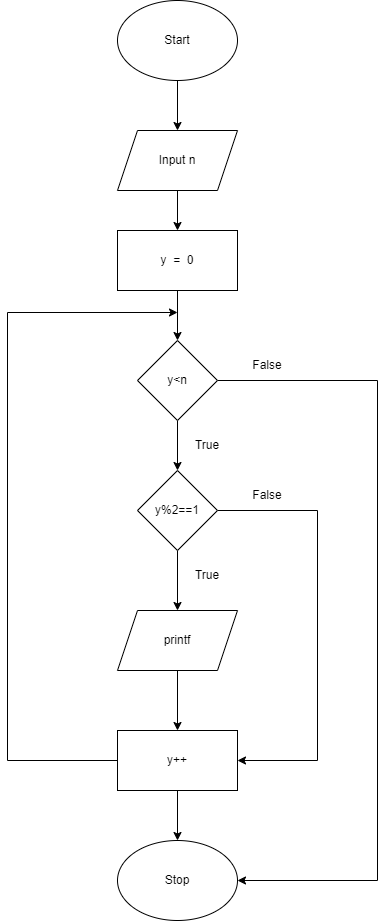
Above: Assignment2/flowchart/bai1.png in NXTuan97/T2204-LBEP (draw.io), before the change. Source tidied: cells renumbered, new cells last; positions are measured from the earlier drawing's top-left corner, leaving out a move shared by most shapes. Its diagram source:
```xml
<mxGraphModel>
  <root>
    <mxCell id="0" />
    <mxCell id="1" parent="0" />
    <mxCell id="2" style="edgeStyle=orthogonalEdgeStyle;rounded=0;jettySize=auto;html=1;" parent="1" edge="1" source="3">
      <mxGeometry relative="1" as="geometry">
        <mxPoint x="170" y="130" as="targetPoint" />
      </mxGeometry>
    </mxCell>
    <mxCell id="3" value="Start" style="ellipse;whiteSpace=wrap;html=1;" parent="1" vertex="1">
      <mxGeometry x="110" width="120" height="80" as="geometry" />
    </mxCell>
    <mxCell id="4" style="edgeStyle=orthogonalEdgeStyle;rounded=0;jettySize=auto;html=1;" parent="1" edge="1" source="5">
      <mxGeometry relative="1" as="geometry">
        <mxPoint x="170" y="230" as="targetPoint" />
      </mxGeometry>
    </mxCell>
    <mxCell id="5" value="Input n" style="shape=parallelogram;perimeter=parallelogramPerimeter;whiteSpace=wrap;html=1;fixedSize=1;" parent="1" vertex="1">
      <mxGeometry x="110" y="130" width="120" height="60" as="geometry" />
    </mxCell>
    <mxCell id="6" style="edgeStyle=orthogonalEdgeStyle;rounded=0;jettySize=auto;html=1;entryX=0.5;entryY=0;entryDx=0;entryDy=0;" parent="1" edge="1" source="7" target="10">
      <mxGeometry relative="1" as="geometry" />
    </mxCell>
    <mxCell id="7" value="y&amp;nbsp; =&amp;nbsp; 0" style="rounded=0;whiteSpace=wrap;html=1;" parent="1" vertex="1">
      <mxGeometry x="110" y="230" width="120" height="60" as="geometry" />
    </mxCell>
    <mxCell id="8" style="edgeStyle=orthogonalEdgeStyle;rounded=0;jettySize=auto;html=1;" parent="1" edge="1" source="10">
      <mxGeometry relative="1" as="geometry">
        <mxPoint x="170" y="470" as="targetPoint" />
      </mxGeometry>
    </mxCell>
    <mxCell id="9" style="edgeStyle=orthogonalEdgeStyle;rounded=0;jettySize=auto;html=1;entryX=1;entryY=0.5;entryDx=0;entryDy=0;" parent="1" edge="1" source="10" target="19">
      <mxGeometry relative="1" as="geometry">
        <Array as="points">
          <mxPoint x="370" y="380" />
          <mxPoint x="370" y="880" />
        </Array>
      </mxGeometry>
    </mxCell>
    <mxCell id="10" value="y&amp;lt;n" style="rhombus;whiteSpace=wrap;html=1;" parent="1" vertex="1">
      <mxGeometry x="130" y="340" width="80" height="80" as="geometry" />
    </mxCell>
    <mxCell id="11" style="edgeStyle=orthogonalEdgeStyle;rounded=0;jettySize=auto;html=1;entryX=1;entryY=0.5;entryDx=0;entryDy=0;" parent="1" edge="1" source="13" target="18">
      <mxGeometry relative="1" as="geometry">
        <Array as="points">
          <mxPoint x="310" y="510" />
          <mxPoint x="310" y="760" />
        </Array>
      </mxGeometry>
    </mxCell>
    <mxCell id="12" style="edgeStyle=orthogonalEdgeStyle;rounded=0;jettySize=auto;html=1;" parent="1" edge="1" source="13">
      <mxGeometry relative="1" as="geometry">
        <mxPoint x="170" y="610" as="targetPoint" />
      </mxGeometry>
    </mxCell>
    <mxCell id="13" value="y%2==1" style="rhombus;whiteSpace=wrap;html=1;" parent="1" vertex="1">
      <mxGeometry x="130" y="470" width="80" height="80" as="geometry" />
    </mxCell>
    <mxCell id="14" style="edgeStyle=orthogonalEdgeStyle;rounded=0;jettySize=auto;html=1;" parent="1" edge="1" source="15">
      <mxGeometry relative="1" as="geometry">
        <mxPoint x="170" y="730" as="targetPoint" />
      </mxGeometry>
    </mxCell>
    <mxCell id="15" value="printf" style="shape=parallelogram;perimeter=parallelogramPerimeter;whiteSpace=wrap;html=1;fixedSize=1;" parent="1" vertex="1">
      <mxGeometry x="110" y="610" width="120" height="60" as="geometry" />
    </mxCell>
    <mxCell id="16" style="edgeStyle=orthogonalEdgeStyle;rounded=0;jettySize=auto;html=1;" parent="1" edge="1" source="18">
      <mxGeometry relative="1" as="geometry">
        <mxPoint x="170" y="840" as="targetPoint" />
      </mxGeometry>
    </mxCell>
    <mxCell id="17" style="edgeStyle=orthogonalEdgeStyle;rounded=0;jettySize=auto;html=1;" parent="1" edge="1" source="18">
      <mxGeometry relative="1" as="geometry">
        <mxPoint x="170" y="312" as="targetPoint" />
        <Array as="points">
          <mxPoint y="760" />
          <mxPoint y="312" />
        </Array>
      </mxGeometry>
    </mxCell>
    <mxCell id="18" value="y++" style="rounded=0;whiteSpace=wrap;html=1;" parent="1" vertex="1">
      <mxGeometry x="110" y="730" width="120" height="60" as="geometry" />
    </mxCell>
    <mxCell id="19" value="Stop" style="ellipse;whiteSpace=wrap;html=1;" parent="1" vertex="1">
      <mxGeometry x="110" y="840" width="120" height="80" as="geometry" />
    </mxCell>
    <mxCell id="20" value="False" style="text;html=1;strokeColor=none;fillColor=none;align=center;verticalAlign=middle;whiteSpace=wrap;rounded=0;" parent="1" vertex="1">
      <mxGeometry x="230" y="350" width="60" height="30" as="geometry" />
    </mxCell>
    <mxCell id="21" value="True" style="text;html=1;strokeColor=none;fillColor=none;align=center;verticalAlign=middle;whiteSpace=wrap;rounded=0;" parent="1" vertex="1">
      <mxGeometry x="170" y="430" width="60" height="30" as="geometry" />
    </mxCell>
    <mxCell id="22" value="True" style="text;html=1;strokeColor=none;fillColor=none;align=center;verticalAlign=middle;whiteSpace=wrap;rounded=0;" parent="1" vertex="1">
      <mxGeometry x="170" y="560" width="60" height="30" as="geometry" />
    </mxCell>
    <mxCell id="23" value="False" style="text;html=1;strokeColor=none;fillColor=none;align=center;verticalAlign=middle;whiteSpace=wrap;rounded=0;" parent="1" vertex="1">
      <mxGeometry x="230" y="480" width="60" height="30" as="geometry" />
    </mxCell>
  </root>
</mxGraphModel>
```
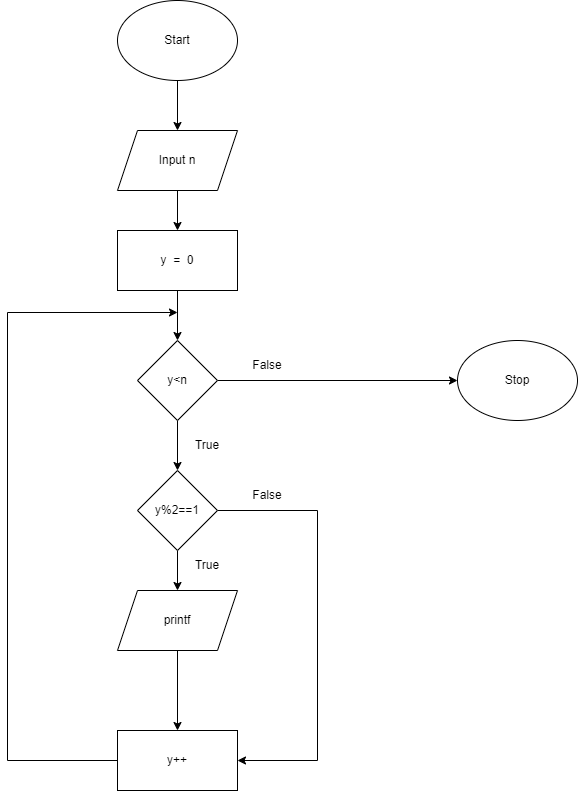
After the change.

Diff of the diagram source:
```diff
@@ -29,14 +29,11 @@
         <mxPoint x="170" y="470" as="targetPoint" />
       </mxGeometry>
     </mxCell>
-    <mxCell id="9" style="edgeStyle=orthogonalEdgeStyle;rounded=0;jettySize=auto;html=1;entryX=1;entryY=0.5;entryDx=0;entryDy=0;" parent="1" edge="1" source="10" target="19">
-      <mxGeometry relative="1" as="geometry">
-        <Array as="points">
-          <mxPoint x="370" y="380" />
-          <mxPoint x="370" y="880" />
-        </Array>
-      </mxGeometry>
-    </mxCell>
+    <mxCell id="24" style="edgeStyle=orthogonalEdgeStyle;rounded=0;jettySize=auto;html=1;" parent="1" edge="1" source="10">
+      <mxGeometry relative="1" as="geometry">
+        <mxPoint x="450" y="380" as="targetPoint" />
+      </mxGeometry>
+    </mxCell>
     <mxCell id="10" value="y&amp;lt;n" style="rhombus;whiteSpace=wrap;html=1;" parent="1" vertex="1">
       <mxGeometry x="130" y="340" width="80" height="80" as="geometry" />
     </mxCell>
@@ -48,27 +45,20 @@
         </Array>
       </mxGeometry>
     </mxCell>
-    <mxCell id="12" style="edgeStyle=orthogonalEdgeStyle;rounded=0;jettySize=auto;html=1;" parent="1" edge="1" source="13">
-      <mxGeometry relative="1" as="geometry">
-        <mxPoint x="170" y="610" as="targetPoint" />
-      </mxGeometry>
-    </mxCell>
+    <mxCell id="25" style="edgeStyle=orthogonalEdgeStyle;rounded=0;jettySize=auto;html=1;" parent="1" edge="1" source="13">
+      <mxGeometry relative="1" as="geometry">
+        <mxPoint x="170" y="590" as="targetPoint" />
+      </mxGeometry>
+    </mxCell>
     <mxCell id="13" value="y%2==1" style="rhombus;whiteSpace=wrap;html=1;" parent="1" vertex="1">
       <mxGeometry x="130" y="470" width="80" height="80" as="geometry" />
     </mxCell>
-    <mxCell id="14" style="edgeStyle=orthogonalEdgeStyle;rounded=0;jettySize=auto;html=1;" parent="1" edge="1" source="15">
-      <mxGeometry relative="1" as="geometry">
-        <mxPoint x="170" y="730" as="targetPoint" />
-      </mxGeometry>
-    </mxCell>
+    <mxCell id="26" style="edgeStyle=orthogonalEdgeStyle;rounded=0;jettySize=auto;html=1;entryX=0.5;entryY=0;entryDx=0;entryDy=0;" parent="1" edge="1" source="15" target="18">
+      <mxGeometry relative="1" as="geometry" />
+    </mxCell>
     <mxCell id="15" value="printf" style="shape=parallelogram;perimeter=parallelogramPerimeter;whiteSpace=wrap;html=1;fixedSize=1;" parent="1" vertex="1">
-      <mxGeometry x="110" y="610" width="120" height="60" as="geometry" />
+      <mxGeometry x="110" y="590" width="120" height="60" as="geometry" />
     </mxCell>
-    <mxCell id="16" style="edgeStyle=orthogonalEdgeStyle;rounded=0;jettySize=auto;html=1;" parent="1" edge="1" source="18">
-      <mxGeometry relative="1" as="geometry">
-        <mxPoint x="170" y="840" as="targetPoint" />
-      </mxGeometry>
-    </mxCell>
     <mxCell id="17" style="edgeStyle=orthogonalEdgeStyle;rounded=0;jettySize=auto;html=1;" parent="1" edge="1" source="18">
       <mxGeometry relative="1" as="geometry">
         <mxPoint x="170" y="312" as="targetPoint" />
@@ -82,7 +72,7 @@
       <mxGeometry x="110" y="730" width="120" height="60" as="geometry" />
     </mxCell>
     <mxCell id="19" value="Stop" style="ellipse;whiteSpace=wrap;html=1;" parent="1" vertex="1">
-      <mxGeometry x="110" y="840" width="120" height="80" as="geometry" />
+      <mxGeometry x="450" y="340" width="120" height="80" as="geometry" />
     </mxCell>
     <mxCell id="20" value="False" style="text;html=1;strokeColor=none;fillColor=none;align=center;verticalAlign=middle;whiteSpace=wrap;rounded=0;" parent="1" vertex="1">
       <mxGeometry x="230" y="350" width="60" height="30" as="geometry" />
@@ -91,7 +81,7 @@
       <mxGeometry x="170" y="430" width="60" height="30" as="geometry" />
     </mxCell>
     <mxCell id="22" value="True" style="text;html=1;strokeColor=none;fillColor=none;align=center;verticalAlign=middle;whiteSpace=wrap;rounded=0;" parent="1" vertex="1">
-      <mxGeometry x="170" y="560" width="60" height="30" as="geometry" />
+      <mxGeometry x="170" y="550" width="60" height="30" as="geometry" />
     </mxCell>
     <mxCell id="23" value="False" style="text;html=1;strokeColor=none;fillColor=none;align=center;verticalAlign=middle;whiteSpace=wrap;rounded=0;" parent="1" vertex="1">
       <mxGeometry x="230" y="480" width="60" height="30" as="geometry" />
```
